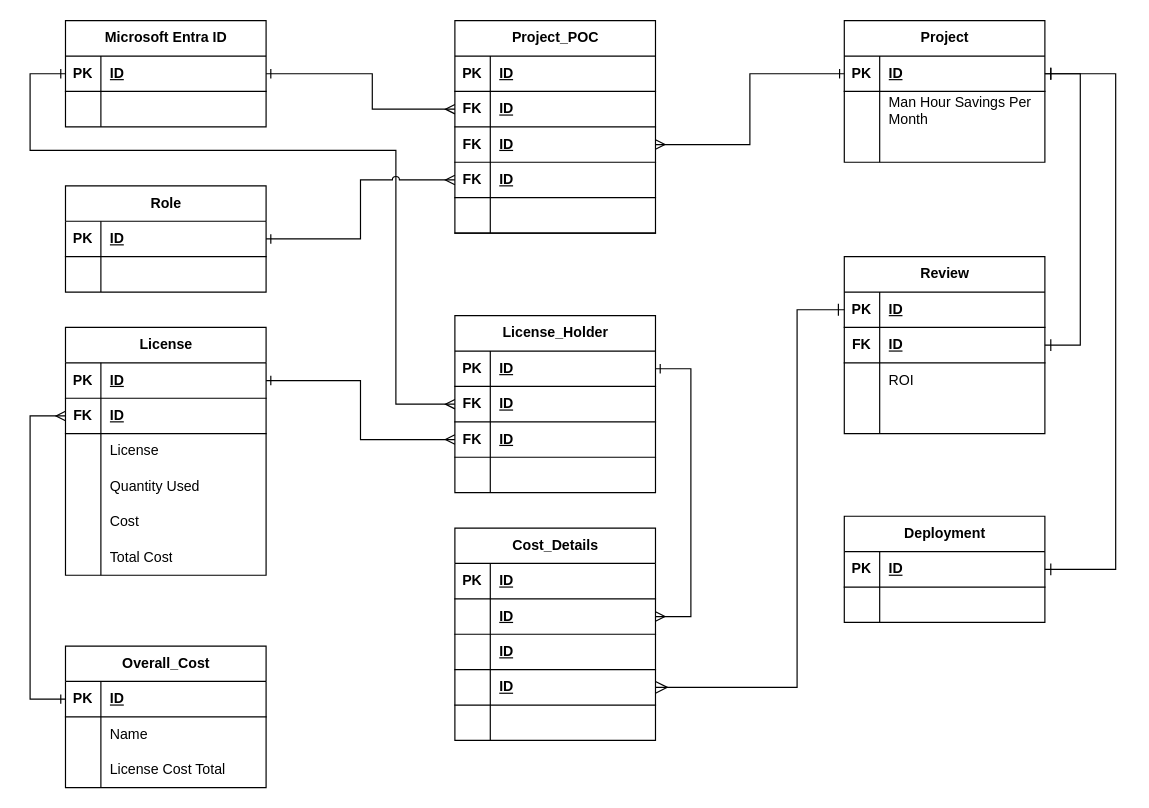
josjreyes/ProjectIntake keeps this draw.io diagram as page "Option-3y" (1 of 2) of erd-projint-01.drawio. Above is the earlier version. Source tidied: cells renumbered, new cells numbered last; positions are measured from the earlier drawing's top-left corner, leaving out a move shared by most shapes. Both pictures are drawn from the tidied source at 118%, with x=0, y=0 at pixel (30, 20).
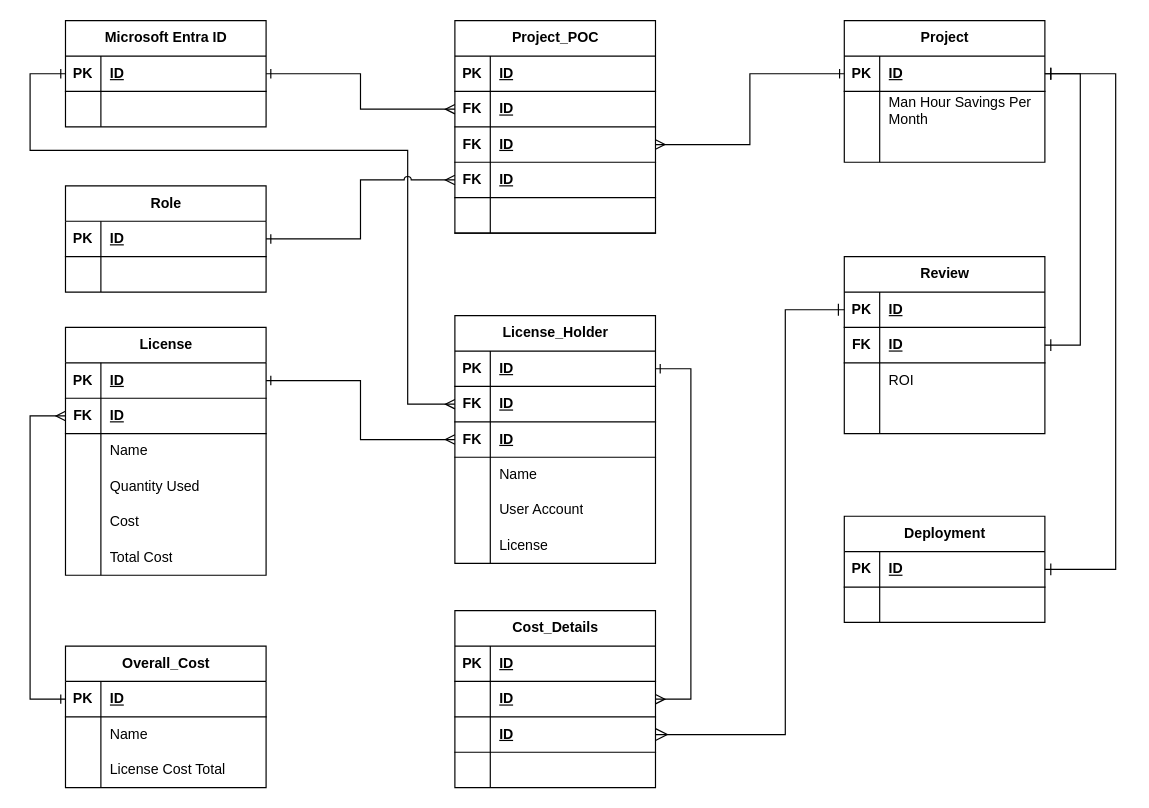
After the change.

Commit message:
Updates to both of the License tables - added columns.

Unchanged cells that the change refers to:
```xml
<mxCell id="19" style="shape=tableRow;horizontal=0;startSize=0;swimlaneHead=0;swimlaneBody=0;fillColor=none;top=0;left=0;right=0;bottom=0;" parent="12" vertex="1">
  <mxGeometry y="90" width="170" height="30" as="geometry" />
</mxCell>
<mxCell id="35" style="shape=tableRow;horizontal=0;startSize=0;swimlaneHead=0;swimlaneBody=0;fillColor=none;points=[[0,0.5],[1,0.5]];portConstraint=eastwest;top=0;left=0;right=0;bottom=1;" parent="31" vertex="1">
  <mxGeometry y="60" width="170" height="30" as="geometry" />
</mxCell>
<mxCell id="48" style="shape=tableRow;horizontal=0;startSize=0;swimlaneHead=0;swimlaneBody=0;fillColor=none;points=[[0,0.5],[1,0.5]];portConstraint=eastwest;top=0;left=0;right=0;bottom=1;" parent="47" vertex="1">
  <mxGeometry y="30" width="170" height="30" as="geometry" />
</mxCell>
<mxCell id="64" style="shape=tableRow;horizontal=0;startSize=0;swimlaneHead=0;swimlaneBody=0;fillColor=none;points=[[0,0.5],[1,0.5]];portConstraint=eastwest;top=0;left=0;right=0;bottom=1;" parent="63" vertex="1">
  <mxGeometry y="30" width="170" height="30" as="geometry" />
</mxCell>
<mxCell id="80" style="shape=tableRow;horizontal=0;startSize=0;swimlaneHead=0;swimlaneBody=0;fillColor=none;points=[[0,0.5],[1,0.5]];portConstraint=eastwest;top=0;left=0;right=0;bottom=1;" parent="76" vertex="1">
  <mxGeometry y="60" width="170" height="30" as="geometry" />
</mxCell>
<mxCell id="99" style="shape=tableRow;horizontal=0;startSize=0;swimlaneHead=0;swimlaneBody=0;fillColor=none;points=[[0,0.5],[1,0.5]];portConstraint=eastwest;top=0;left=0;right=0;bottom=1;" parent="98" vertex="1">
  <mxGeometry y="30" width="170" height="30" as="geometry" />
</mxCell>
<mxCell id="102" style="shape=tableRow;horizontal=0;startSize=0;swimlaneHead=0;swimlaneBody=0;fillColor=none;points=[[0,0.5],[1,0.5]];portConstraint=eastwest;top=0;left=0;right=0;bottom=1;" parent="98" vertex="1">
  <mxGeometry y="60" width="170" height="30" as="geometry" />
</mxCell>
<mxCell id="108" style="shape=tableRow;horizontal=0;startSize=0;swimlaneHead=0;swimlaneBody=0;fillColor=none;top=0;left=0;right=0;bottom=0;" parent="98" vertex="1">
  <mxGeometry y="120" width="170" height="30" as="geometry" />
</mxCell>
```

Diff of the diagram source:
```diff
@@
-    <mxCell id="21" value="License" style="shape=partialRectangle;fillColor=none;top=0;left=0;bottom=0;right=0;align=left;spacingLeft=6;overflow=hidden;whiteSpace=wrap;html=1;" parent="19" vertex="1">
+    <mxCell id="21" value="Name" style="shape=partialRectangle;fillColor=none;top=0;left=0;bottom=0;right=0;align=left;spacingLeft=6;overflow=hidden;whiteSpace=wrap;html=1;" parent="19" vertex="1">
       <mxGeometry x="30" width="140" height="30" as="geometry" />
     </mxCell>
@@
     <mxCell id="31" value="Cost_Details" style="shape=table;startSize=30;childLayout=tableLayout;rowLines=0;fontStyle=1;align=center;html=1;" parent="1" vertex="1">
-      <mxGeometry x="360" y="430" width="170" height="180" as="geometry" />
+      <mxGeometry x="360" y="500" width="170" height="150" as="geometry" />
     </mxCell>
@@
-    <mxCell id="38" style="shape=tableRow;horizontal=0;startSize=0;swimlaneHead=0;swimlaneBody=0;fillColor=none;top=0;left=0;right=0;bottom=1;" parent="31" vertex="1">
-      <mxGeometry y="90" width="170" height="30" as="geometry" />
-    </mxCell>
-    <mxCell id="39" style="shape=partialRectangle;fillColor=none;top=0;left=0;bottom=0;right=0;fontStyle=1;overflow=hidden;whiteSpace=wrap;html=1;" parent="38" vertex="1">
-      <mxGeometry width="30" height="30" as="geometry" />
-    </mxCell>
-    <mxCell id="40" value="ID" style="shape=partialRectangle;fillColor=none;top=0;left=0;bottom=0;right=0;align=left;spacingLeft=6;fontStyle=5;overflow=hidden;whiteSpace=wrap;html=1;" parent="38" vertex="1">
-      <mxGeometry x="30" width="140" height="30" as="geometry" />
-    </mxCell>
     <mxCell id="41" style="shape=tableRow;horizontal=0;startSize=0;swimlaneHead=0;swimlaneBody=0;fillColor=none;points=[[0,0.5],[1,0.5]];portConstraint=eastwest;top=0;left=0;right=0;bottom=1;" parent="31" vertex="1">
-      <mxGeometry y="120" width="170" height="30" as="geometry" />
+      <mxGeometry y="90" width="170" height="30" as="geometry" />
     </mxCell>
@@
     <mxCell id="44" style="shape=tableRow;horizontal=0;startSize=0;swimlaneHead=0;swimlaneBody=0;fillColor=none;top=0;left=0;right=0;bottom=0;" parent="31" vertex="1">
-      <mxGeometry y="150" width="170" height="30" as="geometry" />
+      <mxGeometry y="120" width="170" height="30" as="geometry" />
     </mxCell>
@@
     <mxCell id="61" style="edgeStyle=orthogonalEdgeStyle;rounded=0;jettySize=auto;html=1;exitX=1;exitY=0.5;exitDx=0;exitDy=0;endArrow=ERone;endFill=0;startArrow=ERmany;startFill=0;entryX=1;entryY=0.5;entryDx=0;entryDy=0;" parent="1" edge="1" source="35" target="99">
       <mxGeometry relative="1" as="geometry">
         <Array as="points">
-          <mxPoint x="560" y="505" />
+          <mxPoint x="560" y="575" />
           <mxPoint x="560" y="295" />
         </Array>
       </mxGeometry>
     </mxCell>
     <mxCell id="62" style="edgeStyle=orthogonalEdgeStyle;rounded=0;jettySize=auto;html=1;endArrow=ERone;endFill=0;startArrow=ERmany;startFill=0;exitX=0;exitY=0.5;exitDx=0;exitDy=0;strokeColor=default;jumpStyle=arc;entryX=0;entryY=0.5;entryDx=0;entryDy=0;" parent="1" edge="1" source="102" target="48">
       <mxGeometry relative="1" as="geometry">
         <Array as="points">
-          <mxPoint x="310" y="325" />
-          <mxPoint x="310" y="110" />
+          <mxPoint x="320" y="325" />
+          <mxPoint x="320" y="110" />
           <mxPoint y="110" />
           <mxPoint y="45" />
         </Array>
       </mxGeometry>
     </mxCell>
@@
     <mxCell id="92" style="edgeStyle=orthogonalEdgeStyle;rounded=0;jettySize=auto;html=1;startArrow=ERmany;startFill=0;endArrow=ERone;endFill=0;exitX=0;exitY=0.5;exitDx=0;exitDy=0;" parent="1" edge="1" source="80" target="48">
       <mxGeometry relative="1" as="geometry">
         <Array as="points">
-          <mxPoint x="290" y="75" />
-          <mxPoint x="290" y="45" />
+          <mxPoint x="280" y="75" />
+          <mxPoint x="280" y="45" />
         </Array>
       </mxGeometry>
     </mxCell>
@@
     <mxCell id="95" style="edgeStyle=orthogonalEdgeStyle;rounded=0;jettySize=auto;html=1;entryX=1;entryY=0.5;entryDx=0;entryDy=0;fontSize=12;startSize=8;endSize=8;exitX=0;exitY=0.5;exitDx=0;exitDy=0;startArrow=ERone;startFill=0;endArrow=ERmany;endFill=0;" parent="1" edge="1" source="64" target="41">
       <mxGeometry relative="1" as="geometry">
         <Array as="points">
-          <mxPoint x="650" y="245" />
-          <mxPoint x="650" y="565" />
+          <mxPoint x="640" y="245" />
+          <mxPoint x="640" y="605" />
         </Array>
       </mxGeometry>
     </mxCell>
@@
     <mxCell id="98" value="License_Holder" style="shape=table;startSize=30;childLayout=tableLayout;rowLines=0;fontStyle=1;align=center;html=1;" parent="1" vertex="1">
-      <mxGeometry x="360" y="250" width="170" height="150" as="geometry" />
+      <mxGeometry x="360" y="250" width="170" height="210" as="geometry" />
     </mxCell>
@@
-    <mxCell id="110" style="shape=partialRectangle;fillColor=none;top=0;left=0;bottom=0;right=0;align=left;spacingLeft=6;overflow=hidden;whiteSpace=wrap;html=1;" parent="108" vertex="1">
+    <mxCell id="110" value="Name&lt;span style=&quot;white-space: pre;&quot;&gt;&#9;&lt;/span&gt;" style="shape=partialRectangle;fillColor=none;top=0;left=0;bottom=0;right=0;align=left;spacingLeft=6;overflow=hidden;whiteSpace=wrap;html=1;" parent="108" vertex="1">
       <mxGeometry x="30" width="140" height="30" as="geometry" />
     </mxCell>
+    <mxCell id="130" style="shape=tableRow;horizontal=0;startSize=0;swimlaneHead=0;swimlaneBody=0;fillColor=none;top=0;left=0;right=0;bottom=0;" parent="98" vertex="1">
+      <mxGeometry y="150" width="170" height="30" as="geometry" />
+    </mxCell>
+    <mxCell id="131" style="shape=partialRectangle;fillColor=none;top=0;left=0;bottom=0;right=0;overflow=hidden;whiteSpace=wrap;html=1;" parent="130" vertex="1">
+      <mxGeometry width="30" height="30" as="geometry" />
+    </mxCell>
+    <mxCell id="132" value="User Account" style="shape=partialRectangle;fillColor=none;top=0;left=0;bottom=0;right=0;align=left;spacingLeft=6;overflow=hidden;whiteSpace=wrap;html=1;" parent="130" vertex="1">
+      <mxGeometry x="30" width="140" height="30" as="geometry" />
+    </mxCell>
+    <mxCell id="133" style="shape=tableRow;horizontal=0;startSize=0;swimlaneHead=0;swimlaneBody=0;fillColor=none;top=0;left=0;right=0;bottom=0;" parent="98" vertex="1">
+      <mxGeometry y="180" width="170" height="30" as="geometry" />
+    </mxCell>
+    <mxCell id="134" style="shape=partialRectangle;fillColor=none;top=0;left=0;bottom=0;right=0;overflow=hidden;whiteSpace=wrap;html=1;" parent="133" vertex="1">
+      <mxGeometry width="30" height="30" as="geometry" />
+    </mxCell>
+    <mxCell id="135" value="License" style="shape=partialRectangle;fillColor=none;top=0;left=0;bottom=0;right=0;align=left;spacingLeft=6;overflow=hidden;whiteSpace=wrap;html=1;" parent="133" vertex="1">
+      <mxGeometry x="30" width="140" height="30" as="geometry" />
+    </mxCell>
```
